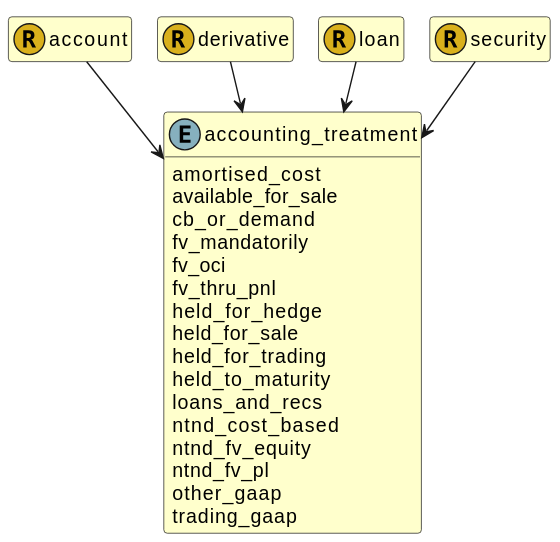
Schemarise/demo-alfa-with-fire-json-model keeps this PlantUML diagram as images/fire.model.accounting_treatment.svg. Above is the earlier version.
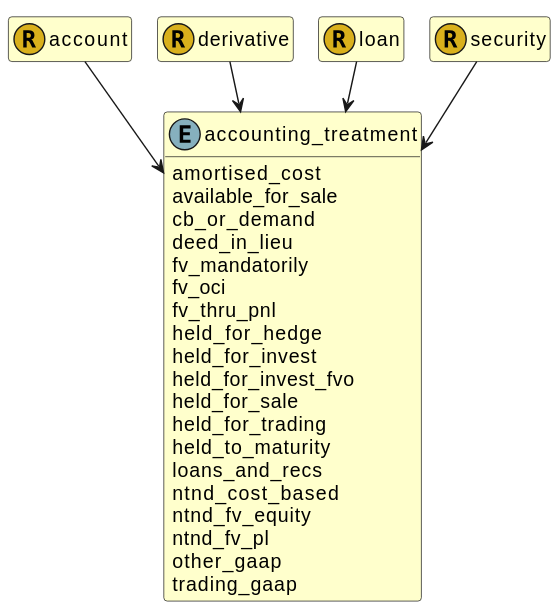
After the change.

Diff of the diagram source:
```diff
@@ -15,10 +15,13 @@
   amortised_cost
   available_for_sale
   cb_or_demand
+  deed_in_lieu
   fv_mandatorily
   fv_oci
   fv_thru_pnl
   held_for_hedge
+  held_for_invest
+  held_for_invest_fvo
   held_for_sale
   held_for_trading
   held_to_maturity
```
